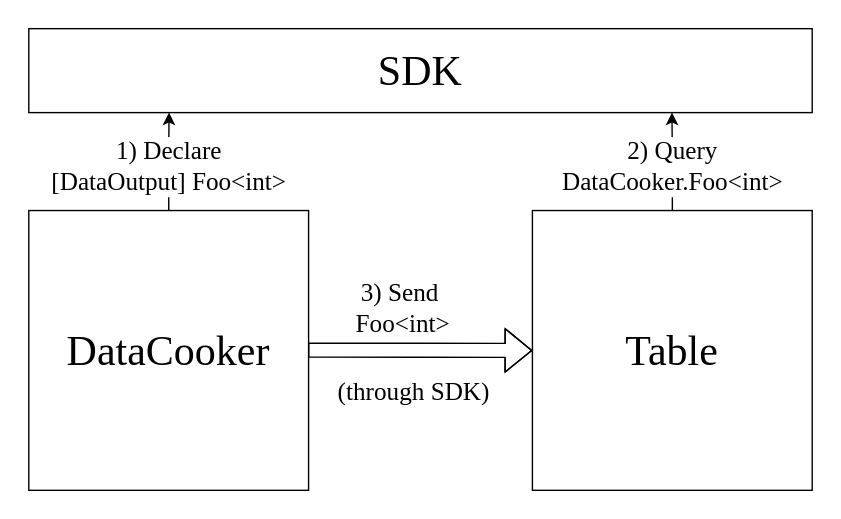
The draw.io diagram documentation/Architecture/.attachments/cooker_query.svg in microsoft/microsoft-performance-toolkit-sdk, before a commit. Source tidied: cells renumbered, new cells last; positions are measured from the earlier drawing's top-left corner, leaving out a move shared by most shapes.
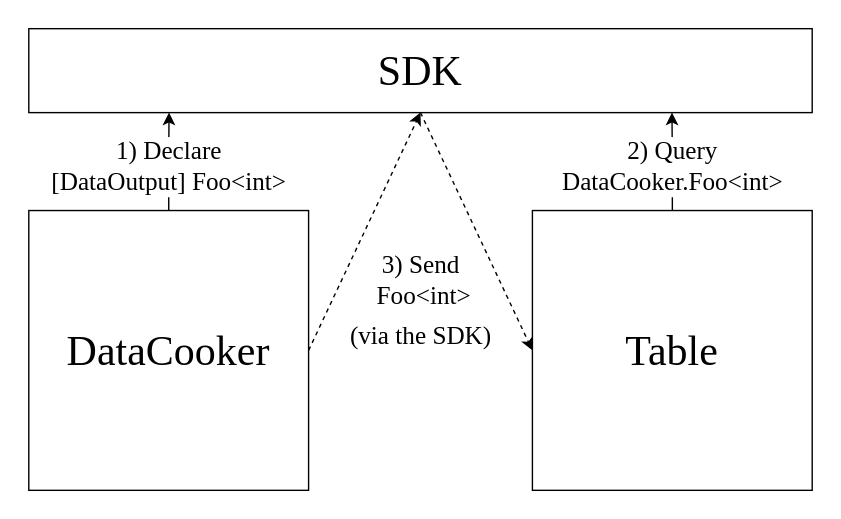
The same file after the commit.

Commit message:
Address PR comments

Change to the diagram source:
```diff
@@ -5,6 +5,9 @@
     <mxCell id="2" style="rounded=0;whiteSpace=wrap;html=1;strokeColor=none;" parent="1" vertex="1">
       <mxGeometry width="600" height="370" as="geometry" />
     </mxCell>
+    <mxCell id="13" style="edgeStyle=none;rounded=0;jettySize=auto;html=1;exitX=0.5;exitY=1;exitDx=0;exitDy=0;entryX=0;entryY=0.5;entryDx=0;entryDy=0;dashed=1;" parent="1" edge="1" source="3" target="10">
+      <mxGeometry relative="1" as="geometry" />
+    </mxCell>
     <mxCell id="3" value="&lt;font face=&quot;Lucida Console&quot; style=&quot;font-size: 30px&quot;&gt;SDK&lt;/font&gt;" style="rounded=0;whiteSpace=wrap;html=1;" parent="1" vertex="1">
       <mxGeometry x="20" y="20" width="560" height="60" as="geometry" />
     </mxCell>
@@ -16,9 +19,9 @@
         <mxPoint y="-2" as="offset" />
       </mxGeometry>
     </mxCell>
-    <mxCell id="6" style="edgeStyle=orthogonalEdgeStyle;rounded=0;jettySize=auto;html=1;exitX=0.998;exitY=0.499;exitDx=0;exitDy=0;entryX=0;entryY=0.5;entryDx=0;entryDy=0;shape=flexArrow;exitPerimeter=0;" parent="1" edge="1" source="7" target="10">
-      <mxGeometry relative="1" as="geometry" />
-    </mxCell>
+    <mxCell id="14" style="edgeStyle=none;rounded=0;jettySize=auto;html=1;entryX=0.5;entryY=1;entryDx=0;entryDy=0;exitX=1;exitY=0.5;exitDx=0;exitDy=0;dashed=1;" parent="1" edge="1" source="7" target="3">
+      <mxGeometry relative="1" as="geometry" />
+    </mxCell>
     <mxCell id="7" value="&lt;font face=&quot;Lucida Console&quot; style=&quot;font-size: 30px&quot;&gt;DataCooker&lt;/font&gt;" style="rounded=0;whiteSpace=wrap;html=1;" parent="1" vertex="1">
       <mxGeometry x="20" y="150" width="200" height="200" as="geometry" />
     </mxCell>
@@ -34,10 +37,10 @@
       <mxGeometry x="380" y="150" width="200" height="200" as="geometry" />
     </mxCell>
     <mxCell id="11" value="&lt;font face=&quot;Lucida Console&quot; style=&quot;font-size: 18px&quot;&gt;3) Send&lt;br&gt;&amp;nbsp;Foo&amp;lt;int&amp;gt;&lt;/font&gt;" style="text;html=1;align=center;verticalAlign=middle;fillColor=none;strokeColor=none;rounded=0;" parent="1" vertex="1">
-      <mxGeometry x="230" y="200" width="110" height="40" as="geometry" />
+      <mxGeometry x="245" y="180" width="110" height="40" as="geometry" />
     </mxCell>
-    <mxCell id="12" value="&lt;font face=&quot;Lucida Console&quot;&gt;&lt;span style=&quot;font-size: 18px&quot;&gt;(through SDK)&lt;/span&gt;&lt;/font&gt;" style="text;html=1;align=center;verticalAlign=middle;fillColor=none;strokeColor=none;rounded=0;" parent="1" vertex="1">
-      <mxGeometry x="215" y="270" width="160" height="20" as="geometry" />
+    <mxCell id="12" value="&lt;font face=&quot;Lucida Console&quot;&gt;&lt;span style=&quot;font-size: 18px&quot;&gt;(via the SDK)&lt;/span&gt;&lt;/font&gt;" style="text;html=1;align=center;verticalAlign=middle;fillColor=none;strokeColor=none;rounded=0;" parent="1" vertex="1">
+      <mxGeometry x="220" y="230" width="160" height="20" as="geometry" />
     </mxCell>
   </root>
 </mxGraphModel>
```
